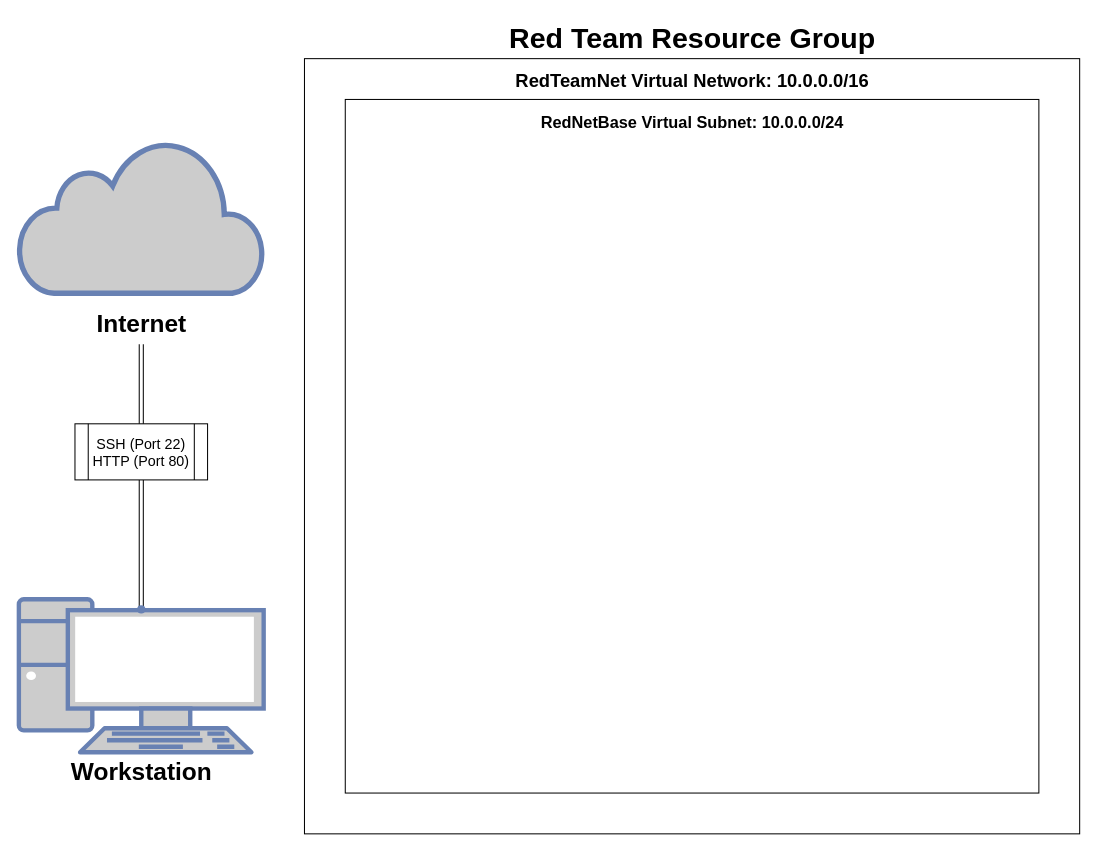
Before: HW_13/Untitled Diagram.drawio in tobias47rieper/CyberSecurity-Bootcamp, a draw.io diagram. Source tidied: cells renumbered, new cells numbered last; positions are measured from the earlier drawing's top-left corner, leaving out a move shared by most shapes. Both pictures are drawn from the tidied source at 102%, with x=0, y=0 at pixel (18, 17).
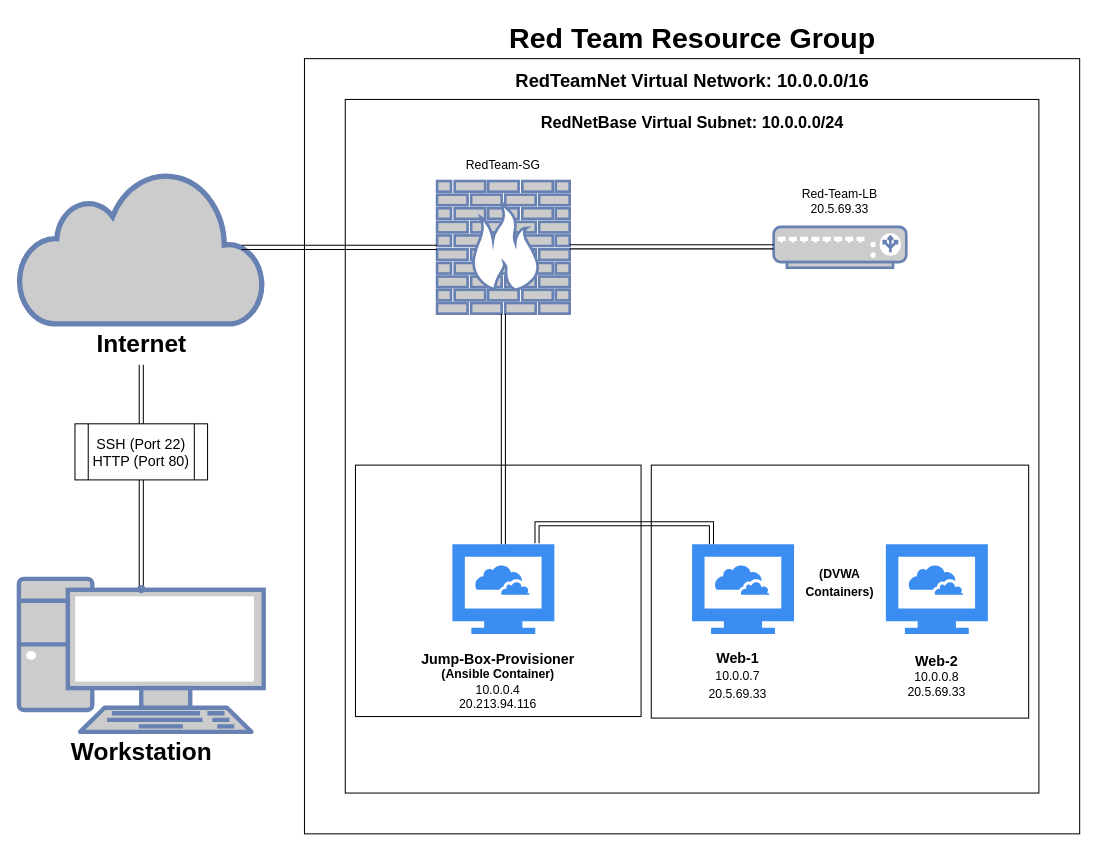
The same diagram, later.

Unchanged cells that the change refers to:
```xml
<mxCell id="10" value="&lt;font style=&quot;font-size: 14px;&quot;&gt;SSH (Port 22)&lt;br&gt;HTTP (Port 80)&lt;/font&gt;" style="shape=process;whiteSpace=wrap;html=1;backgroundOutline=1;" parent="1" vertex="1">
  <mxGeometry x="55" y="398" width="130" height="55" as="geometry" />
</mxCell>
```

Diff of the diagram source:
```diff
@@
     <mxCell id="2" style="fontColor=#0066CC;verticalAlign=top;verticalLabelPosition=bottom;labelPosition=center;align=center;html=1;fillColor=#CCCCCC;strokeColor=#6881B3;gradientColor=none;gradientDirection=north;strokeWidth=2;shape=mxgraph.networks.pc;" parent="1" vertex="1">
-      <mxGeometry y="570" width="240" height="150" as="geometry" />
+      <mxGeometry y="550" width="240" height="150" as="geometry" />
     </mxCell>
-    <mxCell id="3" style="edgeStyle=orthogonalEdgeStyle;rounded=0;jettySize=auto;html=1;shape=link;exitX=0.5;exitY=1;exitDx=0;exitDy=0;startArrow=none;" parent="1" edge="1" source="10" target="7">
+    <mxCell id="3" style="edgeStyle=orthogonalEdgeStyle;rounded=0;jettySize=auto;html=1;shape=link;exitX=0.5;exitY=1;exitDx=0;exitDy=0;startArrow=none;entryX=0.575;entryY=0.6;entryDx=0;entryDy=0;entryPerimeter=0;" parent="1" edge="1" source="10" target="7">
       <mxGeometry relative="1" as="geometry" />
     </mxCell>
     <mxCell id="4" style="html=1;outlineConnect=0;fillColor=#CCCCCC;strokeColor=#6881B3;gradientColor=none;gradientDirection=north;strokeWidth=2;shape=mxgraph.networks.cloud;fontColor=#ffffff;" parent="1" vertex="1">
-      <mxGeometry y="120" width="240" height="150" as="geometry" />
+      <mxGeometry y="150" width="240" height="150" as="geometry" />
     </mxCell>
@@
     <mxCell id="7" style="shape=waypoint;sketch=0;size=6;points=[];fillColor=#CCCCCC;perimeter=centerPerimeter;snapToPoint=1;strokeColor=#6881B3;fontColor=#ffffff;gradientColor=none;gradientDirection=north;strokeWidth=2;" parent="1" vertex="1">
-      <mxGeometry x="100" y="560" width="40" height="40" as="geometry" />
+      <mxGeometry x="100" y="540" width="40" height="40" as="geometry" />
     </mxCell>
     <mxCell id="8" value="Workstation" style="text;strokeColor=none;fillColor=none;html=1;fontSize=24;fontStyle=1;verticalAlign=middle;align=center;" parent="1" vertex="1">
-      <mxGeometry y="720" width="240" height="40" as="geometry" />
+      <mxGeometry y="700" width="240" height="40" as="geometry" />
     </mxCell>
     <mxCell id="9" value="Internet" style="text;strokeColor=none;fillColor=none;html=1;fontSize=24;fontStyle=1;verticalAlign=middle;align=center;" parent="1" vertex="1">
-      <mxGeometry y="280" width="240" height="40" as="geometry" />
+      <mxGeometry y="300" width="240" height="40" as="geometry" />
     </mxCell>
@@
+    <mxCell id="15" style="fontColor=#0066CC;verticalAlign=top;verticalLabelPosition=bottom;labelPosition=center;align=center;html=1;outlineConnect=0;fillColor=#CCCCCC;strokeColor=#6881B3;gradientColor=none;gradientDirection=north;strokeWidth=2;shape=mxgraph.networks.firewall;" parent="1" vertex="1">
+      <mxGeometry x="410" y="160" width="130" height="130" as="geometry" />
+    </mxCell>
+    <mxCell id="16" value="RedTeam-SG" style="text;html=1;strokeColor=none;fillColor=none;align=center;verticalAlign=middle;whiteSpace=wrap;rounded=0;" parent="1" vertex="1">
+      <mxGeometry x="410" y="130" width="130" height="30" as="geometry" />
+    </mxCell>
+    <mxCell id="17" style="edgeStyle=orthogonalEdgeStyle;rounded=0;jettySize=auto;html=1;shape=link;endArrow=none;entryX=0;entryY=0.5;entryDx=0;entryDy=0;entryPerimeter=0;exitX=0.91;exitY=0.5;exitDx=0;exitDy=0;exitPerimeter=0;" parent="1" edge="1" source="4" target="15">
+      <mxGeometry relative="1" as="geometry" />
+    </mxCell>
+    <mxCell id="18" style="fontColor=#0066CC;verticalAlign=top;verticalLabelPosition=bottom;labelPosition=center;align=center;html=1;outlineConnect=0;fillColor=#CCCCCC;strokeColor=#6881B3;gradientColor=none;gradientDirection=north;strokeWidth=2;shape=mxgraph.networks.load_balancer;" parent="1" vertex="1">
+      <mxGeometry x="740" y="205" width="130" height="40" as="geometry" />
+    </mxCell>
+    <mxCell id="19" style="edgeStyle=orthogonalEdgeStyle;rounded=0;jettySize=auto;html=1;shape=link;endArrow=none;exitX=0.91;exitY=0.5;exitDx=0;exitDy=0;exitPerimeter=0;" parent="1" edge="1" target="18">
+      <mxGeometry relative="1" as="geometry">
+        <mxPoint x="540" y="224.5" as="sourcePoint" />
+      </mxGeometry>
+    </mxCell>
+    <mxCell id="20" value="Red-Team-LB&lt;br&gt;20.5.69.33" style="text;html=1;strokeColor=none;fillColor=none;align=center;verticalAlign=middle;whiteSpace=wrap;rounded=0;" parent="1" vertex="1">
+      <mxGeometry x="740" y="160" width="130" height="40" as="geometry" />
+    </mxCell>
+    <mxCell id="21" style="whiteSpace=wrap;html=1;" parent="1" vertex="1">
+      <mxGeometry x="330" y="438.5" width="280" height="246.5" as="geometry" />
+    </mxCell>
+    <mxCell id="22" style="sketch=0;html=1;strokeColor=none;shadow=0;align=center;verticalAlign=top;fillColor=#3B8DF1;shape=mxgraph.gcp2.cloud_computer;" parent="1" vertex="1">
+      <mxGeometry x="425" y="516" width="100" height="88" as="geometry" />
+    </mxCell>
+    <mxCell id="23" style="whiteSpace=wrap;html=1;" parent="1" vertex="1">
+      <mxGeometry x="620" y="438.5" width="370" height="248" as="geometry" />
+    </mxCell>
+    <mxCell id="24" style="sketch=0;html=1;strokeColor=none;shadow=0;align=center;verticalAlign=top;fillColor=#3B8DF1;shape=mxgraph.gcp2.cloud_computer;" parent="1" vertex="1">
+      <mxGeometry x="660" y="516" width="100" height="88" as="geometry" />
+    </mxCell>
+    <mxCell id="25" style="sketch=0;html=1;strokeColor=none;shadow=0;align=center;verticalAlign=top;fillColor=#3B8DF1;shape=mxgraph.gcp2.cloud_computer;" parent="1" vertex="1">
+      <mxGeometry x="850" y="516" width="100" height="88" as="geometry" />
+    </mxCell>
+    <mxCell id="26" value="&lt;b&gt;&lt;font style=&quot;font-size: 14px;&quot;&gt;Jump-Box-Provisioner&lt;br&gt;&lt;/font&gt;(Ansible Container)&lt;/b&gt;&lt;br&gt;10.0.0.4&lt;br&gt;20.213.94.116" style="text;html=1;strokeColor=none;fillColor=none;align=center;verticalAlign=middle;whiteSpace=wrap;rounded=0;" parent="1" vertex="1">
+      <mxGeometry x="330" y="620" width="280" height="60" as="geometry" />
+    </mxCell>
+    <mxCell id="27" value="&lt;b&gt;Web-1&lt;br&gt;&lt;/b&gt;&lt;font style=&quot;font-size: 12px;&quot;&gt;10.0.0.7&lt;br&gt;20.5.69.33&lt;/font&gt;" style="text;html=1;strokeColor=none;fillColor=none;align=center;verticalAlign=middle;whiteSpace=wrap;rounded=0;fontSize=14;" parent="1" vertex="1">
+      <mxGeometry x="630" y="620" width="150" height="50" as="geometry" />
+    </mxCell>
+    <mxCell id="28" value="&lt;b&gt;&lt;font style=&quot;font-size: 14px;&quot;&gt;Web-2&lt;/font&gt;&lt;/b&gt;&lt;br&gt;10.0.0.8&lt;br&gt;20.5.69.33" style="text;html=1;strokeColor=none;fillColor=none;align=center;verticalAlign=middle;whiteSpace=wrap;rounded=0;fontSize=12;" parent="1" vertex="1">
+      <mxGeometry x="825" y="620" width="150" height="50" as="geometry" />
+    </mxCell>
+    <mxCell id="29" value="&lt;font style=&quot;font-size: 12px;&quot;&gt;&lt;b&gt;(DVWA Containers)&lt;/b&gt;&lt;/font&gt;" style="text;html=1;strokeColor=none;fillColor=none;align=center;verticalAlign=middle;whiteSpace=wrap;rounded=0;fontSize=14;" parent="1" vertex="1">
+      <mxGeometry x="760" y="516" width="90" height="74" as="geometry" />
+    </mxCell>
+    <mxCell id="30" style="edgeStyle=orthogonalEdgeStyle;rounded=0;jettySize=auto;html=1;shape=link;endArrow=none;exitX=0.5;exitY=1;exitDx=0;exitDy=0;exitPerimeter=0;" parent="1" edge="1" source="15" target="22">
+      <mxGeometry relative="1" as="geometry" />
+    </mxCell>
+    <mxCell id="31" style="edgeStyle=orthogonalEdgeStyle;rounded=0;jettySize=auto;html=1;shape=link;endArrow=none;exitX=0.19;exitY=0;exitDx=0;exitDy=0;exitPerimeter=0;entryX=0.83;entryY=-0.011;entryDx=0;entryDy=0;entryPerimeter=0;" parent="1" edge="1" source="24" target="22">
+      <mxGeometry relative="1" as="geometry" />
+    </mxCell>
```
